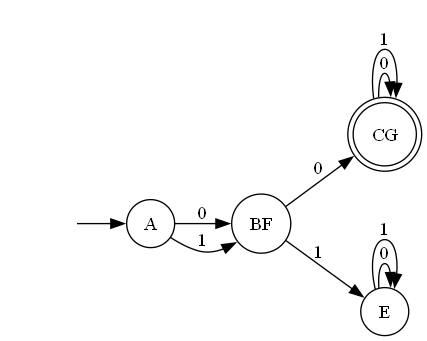
LPfontes/projeto_ling_formal keeps this Graphviz diagram as tfm/static/imagem/AFD_MIN.gv.png. Above is the earlier version. Its source is kept beside it as tfm/static/imagem/AFD_MIN.gv.
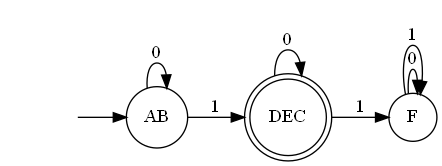
The same diagram one commit later.

The edit, as a diff of the source:
```diff
@@ -1,17 +1,14 @@
 digraph "tfm\static\imagem\AFD_MIN" {
 	graph [rankdir=LR]
 	"" [label="" shape=plaintext]
-	CG [label=CG shape=doublecircle]
-	BF [label=BF shape=circle]
-	A [label=A shape=circle]
-	E [label=E shape=circle]
-	"" -> A [label=""]
-	A -> BF [label=0]
-	A -> BF [label=1]
-	BF -> CG [label=0]
-	BF -> E [label=1]
-	CG -> CG [label=0]
-	CG -> CG [label=1]
-	E -> E [label=0]
-	E -> E [label=1]
+	DEC [label=DEC shape=doublecircle]
+	AB [label=AB shape=circle]
+	F [label=F shape=circle]
+	"" -> AB [label=""]
+	AB -> AB [label=0]
+	AB -> DEC [label=1]
+	DEC -> DEC [label=0]
+	DEC -> F [label=1]
+	F -> F [label=0]
+	F -> F [label=1]
 }
```
